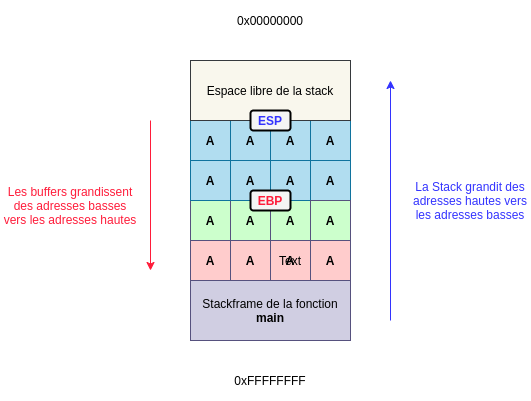
amirr0r/notes keeps this draw.io diagram as Infosec/Pwn/images/overflow.png. Above is the earlier version. Source tidied: cells renumbered, new cells last; positions are measured from the earlier drawing's top-left corner, leaving out a move shared by most shapes.
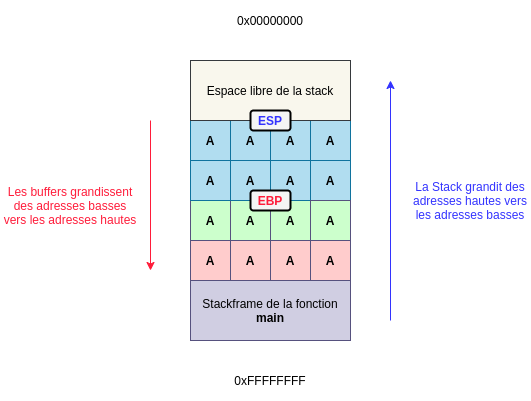
After the change.

Diff of the diagram source:
```diff
@@ -80,9 +80,6 @@
     <mxCell id="25" value="&lt;font color=&quot;#000000&quot;&gt;0x00000000&lt;/font&gt;" style="rounded=0;whiteSpace=wrap;html=1;fillColor=none;strokeColor=none;" parent="1" vertex="1">
       <mxGeometry x="190" width="160" height="40" as="geometry" />
     </mxCell>
-    <mxCell id="26" value="Text" style="text;html=1;strokeColor=none;fillColor=none;align=center;verticalAlign=middle;whiteSpace=wrap;rounded=0;" parent="1" vertex="1">
-      <mxGeometry x="270" y="250" width="40" height="20" as="geometry" />
-    </mxCell>
     <mxCell id="27" value="&lt;font color=&quot;#ff1c3a&quot;&gt;Les buffers grandissent des adresses basses vers les adresses hautes&lt;/font&gt;" style="text;html=1;strokeColor=none;fillColor=none;align=center;verticalAlign=middle;whiteSpace=wrap;rounded=0;" parent="1" vertex="1">
       <mxGeometry y="180" width="140" height="50" as="geometry" />
     </mxCell>
```
